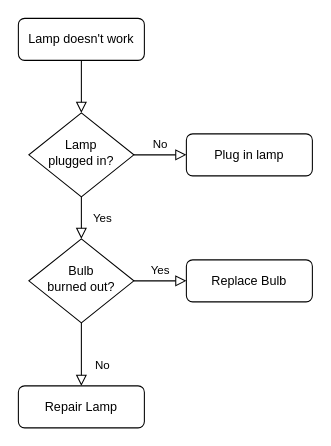
The draw.io diagram 未命名绘图.drawio in Harekaze-Misakiakeno/uml, before the edit. Source tidied: cells renumbered, new cells numbered last; positions are measured from the earlier drawing's top-left corner, leaving out a move shared by most shapes. Both pictures are drawn from the tidied source at 105%, with x=0, y=0 at pixel (18, 18).
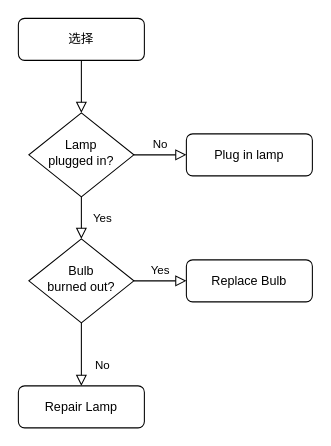
The same page after the edit.

Commit message (it also covers changes not shown here):
更新未命名绘图.drawio

Diff of the diagram source:
```diff
@@
 <mxGraphModel>
   <root>
     <mxCell id="0" />
     <mxCell id="1" parent="0" />
     <mxCell id="2" style="rounded=0;html=1;jettySize=auto;fontSize=11;endArrow=block;endFill=0;endSize=8;strokeWidth=1;shadow=0;labelBackgroundColor=none;edgeStyle=orthogonalEdgeStyle;" parent="1" edge="1" source="3" target="6">
       <mxGeometry relative="1" as="geometry" />
     </mxCell>
-    <mxCell id="3" value="Lamp doesn't work" style="rounded=1;whiteSpace=wrap;html=1;fontSize=12;glass=0;strokeWidth=1;shadow=0;" parent="1" vertex="1">
+    <mxCell id="3" value="选择" style="rounded=1;whiteSpace=wrap;html=1;fontSize=12;glass=0;strokeWidth=1;shadow=0;" parent="1" vertex="1">
       <mxGeometry width="120" height="40" as="geometry" />
     </mxCell>
     <mxCell id="4" value="Yes" style="rounded=0;html=1;jettySize=auto;fontSize=11;endArrow=block;endFill=0;endSize=8;strokeWidth=1;shadow=0;labelBackgroundColor=none;edgeStyle=orthogonalEdgeStyle;" parent="1" edge="1" source="6" target="10">
       <mxGeometry y="20" relative="1" as="geometry" />
     </mxCell>
     <mxCell id="5" value="No" style="edgeStyle=orthogonalEdgeStyle;rounded=0;html=1;jettySize=auto;fontSize=11;endArrow=block;endFill=0;endSize=8;strokeWidth=1;shadow=0;labelBackgroundColor=none;" parent="1" edge="1" source="6" target="7">
       <mxGeometry y="10" relative="1" as="geometry" />
     </mxCell>
     <mxCell id="6" value="Lamp&lt;br&gt;plugged in?" style="rhombus;whiteSpace=wrap;html=1;shadow=0;fontFamily=Helvetica;fontSize=12;align=center;strokeWidth=1;spacing=6;spacingTop=-4;" parent="1" vertex="1">
       <mxGeometry x="10" y="90" width="100" height="80" as="geometry" />
     </mxCell>
     <mxCell id="7" value="Plug in lamp" style="rounded=1;whiteSpace=wrap;html=1;fontSize=12;glass=0;strokeWidth=1;shadow=0;" parent="1" vertex="1">
       <mxGeometry x="160" y="110" width="120" height="40" as="geometry" />
     </mxCell>
     <mxCell id="8" value="No" style="rounded=0;html=1;jettySize=auto;fontSize=11;endArrow=block;endFill=0;endSize=8;strokeWidth=1;shadow=0;labelBackgroundColor=none;edgeStyle=orthogonalEdgeStyle;" parent="1" edge="1" source="10" target="11">
       <mxGeometry x="0.33" y="20" relative="1" as="geometry" />
     </mxCell>
     <mxCell id="9" value="Yes" style="edgeStyle=orthogonalEdgeStyle;rounded=0;html=1;jettySize=auto;fontSize=11;endArrow=block;endFill=0;endSize=8;strokeWidth=1;shadow=0;labelBackgroundColor=none;" parent="1" edge="1" source="10" target="12">
       <mxGeometry y="10" relative="1" as="geometry" />
     </mxCell>
     <mxCell id="10" value="Bulb&lt;br&gt;burned out?" style="rhombus;whiteSpace=wrap;html=1;shadow=0;fontFamily=Helvetica;fontSize=12;align=center;strokeWidth=1;spacing=6;spacingTop=-4;" parent="1" vertex="1">
       <mxGeometry x="10" y="210" width="100" height="80" as="geometry" />
     </mxCell>
     <mxCell id="11" value="Repair Lamp" style="rounded=1;whiteSpace=wrap;html=1;fontSize=12;glass=0;strokeWidth=1;shadow=0;" parent="1" vertex="1">
       <mxGeometry y="350" width="120" height="40" as="geometry" />
     </mxCell>
     <mxCell id="12" value="Replace Bulb" style="rounded=1;whiteSpace=wrap;html=1;fontSize=12;glass=0;strokeWidth=1;shadow=0;" parent="1" vertex="1">
       <mxGeometry x="160" y="230" width="120" height="40" as="geometry" />
     </mxCell>
   </root>
 </mxGraphModel>
```
